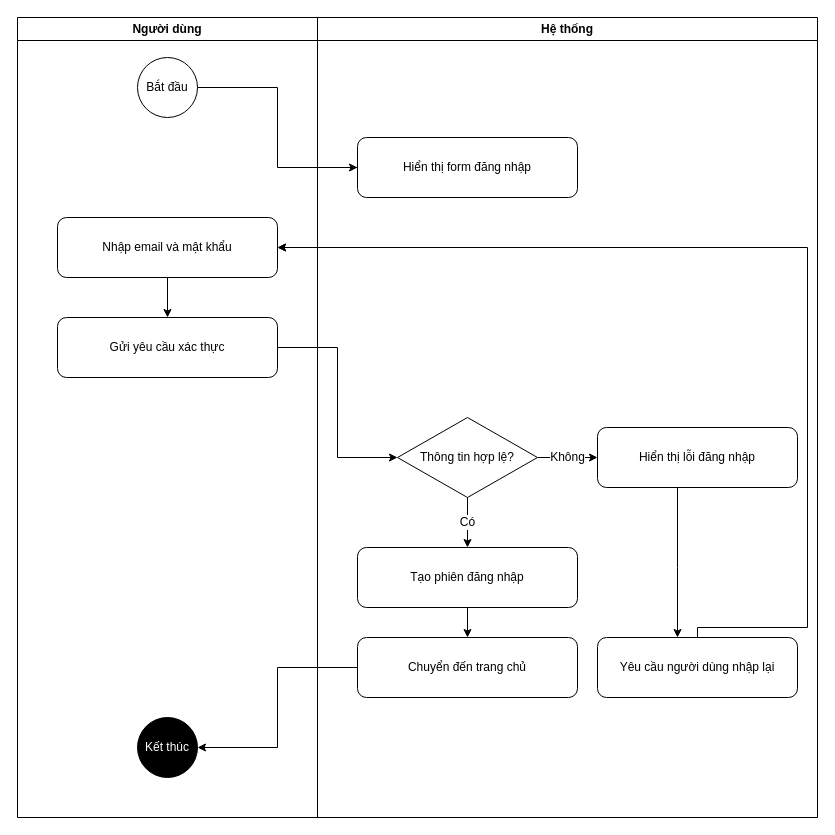
Above: page "Hoạt động Đăng nhập" (1 of 5) of draw/VieGo_Activity_Diagrams.drawio in thienne1602/VieGo_Blog (draw.io), before the change. Source tidied: cells renumbered, new cells numbered last; positions are measured from the earlier drawing's top-left corner, leaving out a move shared by most shapes. Both pictures are drawn from the tidied source at 100%, with x=0, y=0 at pixel (17, 17).
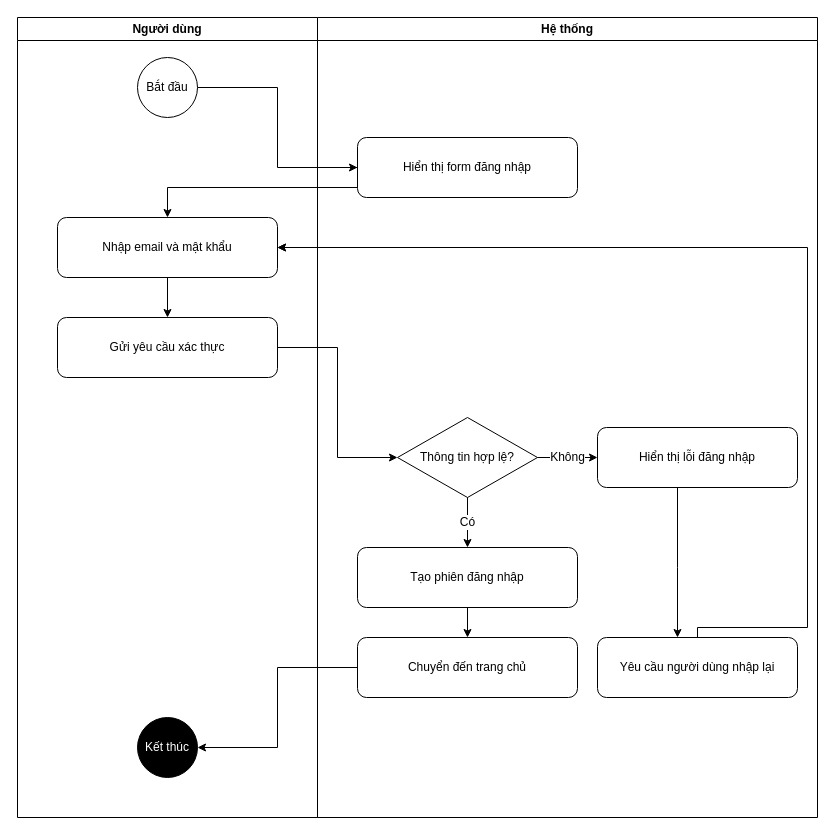
Above is the later version.

Unchanged cells that the change refers to:
```xml
<mxCell id="4" value="Nhập email và mật khẩu" style="rounded=1;whiteSpace=wrap;html=1;" parent="2" vertex="1">
  <mxGeometry x="40" y="200" width="220" height="60" as="geometry" />
</mxCell>
<mxCell id="8" value="Hiển thị form đăng nhập" style="rounded=1;whiteSpace=wrap;html=1;" parent="7" vertex="1">
  <mxGeometry x="40" y="120" width="220" height="60" as="geometry" />
</mxCell>
```

The edit, as a diff of the source:
```diff
@@
+    <mxCell id="24" style="edgeStyle=orthogonalEdgeStyle;html=1;entryX=0.5;entryY=0;entryDx=0;entryDy=0;rounded=0;curved=0;" parent="1" edge="1" source="8" target="4">
+      <mxGeometry relative="1" as="geometry">
+        <Array as="points">
+          <mxPoint x="150" y="170" />
+        </Array>
+      </mxGeometry>
+    </mxCell>
```
